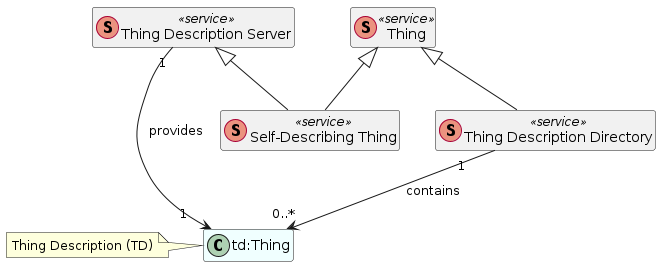
w3c/wot-discovery keeps this PlantUML diagram as images/exploration-class-diagram.png. Above is the earlier version. Its diagram source:
```plantuml
@startuml exploration-class-diagram
hide methods
hide members

class Server as "Thing Description Server" <<(S,#eb937f) service>>

class Thing <<(S,#eb937f) service>>
together {
    class SelfDesc as "Self-Describing Thing" <<(S,#eb937f) service>>
    class Directory as "Thing Description Directory" <<(S,#eb937f) service>>
}

class TD as "td:Thing" #Azure
note left: Thing Description (TD)

Thing <|-- SelfDesc
Server <|-- SelfDesc
Thing <|-- Directory
Server "1" --> "1  " TD: provides
Directory "1   " --> "   0..*" TD: contains


@enduml
```
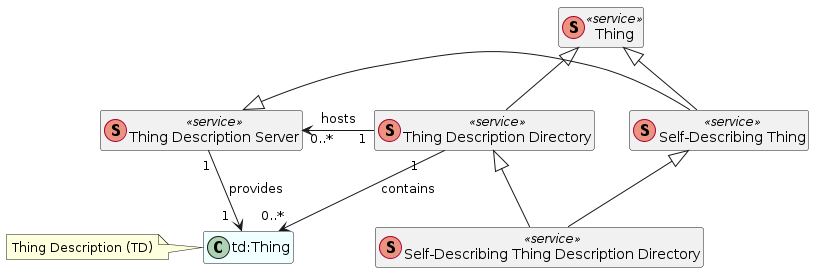
After the change.

Commit message:
class diagram elaboration

What changed in the source:
```diff
@@ -8,6 +8,7 @@
 together {
     class SelfDesc as "Self-Describing Thing" <<(S,#eb937f) service>>
     class Directory as "Thing Description Directory" <<(S,#eb937f) service>>
+    class SelfDirectory as "Self-Describing Thing Description Directory" <<(S,#eb937f) service>>
 }
 
 class TD as "td:Thing" #Azure
@@ -16,8 +17,11 @@
 Thing <|-- SelfDesc
 Server <|-- SelfDesc
 Thing <|-- Directory
+Directory <|-- SelfDirectory
+SelfDesc <|-- SelfDirectory
 Server "1" --> "1  " TD: provides
 Directory "1   " --> "   0..*" TD: contains
+Directory "   1" --> "0..*   " Server: hosts
 
 
 @enduml
```
